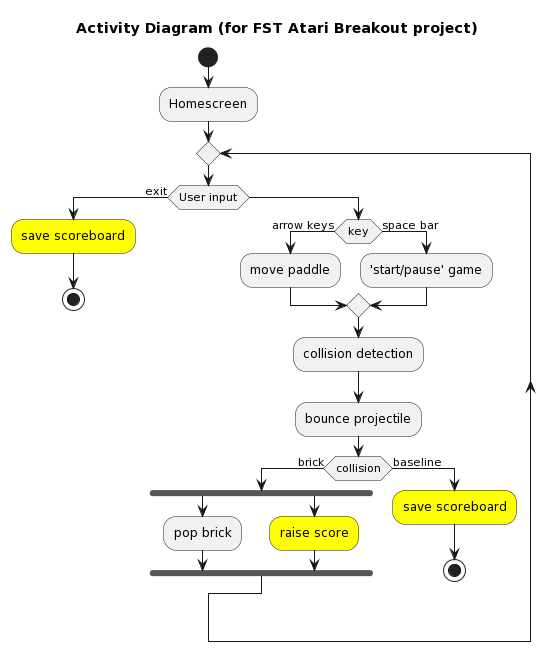
Above: images/uml/Activity_Diagramm.png in Lucky-0ne/FST_project (PlantUML), before the change.
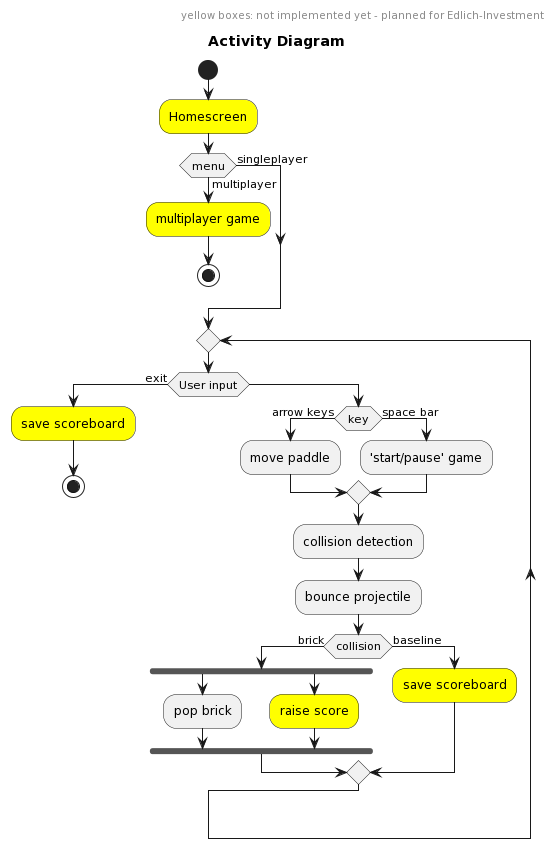
The same diagram one commit later.

Diff of the diagram source:
```diff
@@ -1,33 +1,41 @@
 @startuml
-title Activity Diagram (for FST Atari Breakout project)
-
+title Activity Diagram
+header yellow boxes: not implemented yet - planned for Edlich-Investment
 
 start
 
-:Homescreen;
+#yellow:Homescreen;
+
+  if (menu) then (singleplayer)
+    else (multiplayer)
+      #yellow:multiplayer game;
+      stop
+  endif
 
 repeat
 
-if (User input) then (exit)
-  #yellow:save scoreboard;
-  stop
-else ()
-  if (key) then (arrow keys)
-    :move paddle;
-  else (space bar)
-    :'start/pause' game;
-  endif
-
-  :collision detection;
-  :bounce projectile;
-
-  if (collision) then (brick)
-    fork
-      :pop brick;
-    fork again
-      #yellow:raise score;
-    end fork
-  else (baseline)
+  if (User input) then (exit)
     #yellow:save scoreboard;
     stop
+  else ()
+    if (key) then (arrow keys)
+      :move paddle;
+    else (space bar)
+      :'start/pause' game;
+    endif
+
+    :collision detection;
+    :bounce projectile;
+
+    if (collision) then (brick)
+      fork
+        :pop brick;
+      fork again
+        #yellow:raise score;
+      end fork
+    else (baseline)
+      #yellow:save scoreboard;
+
+    endif
+  endif
 @enduml
```
